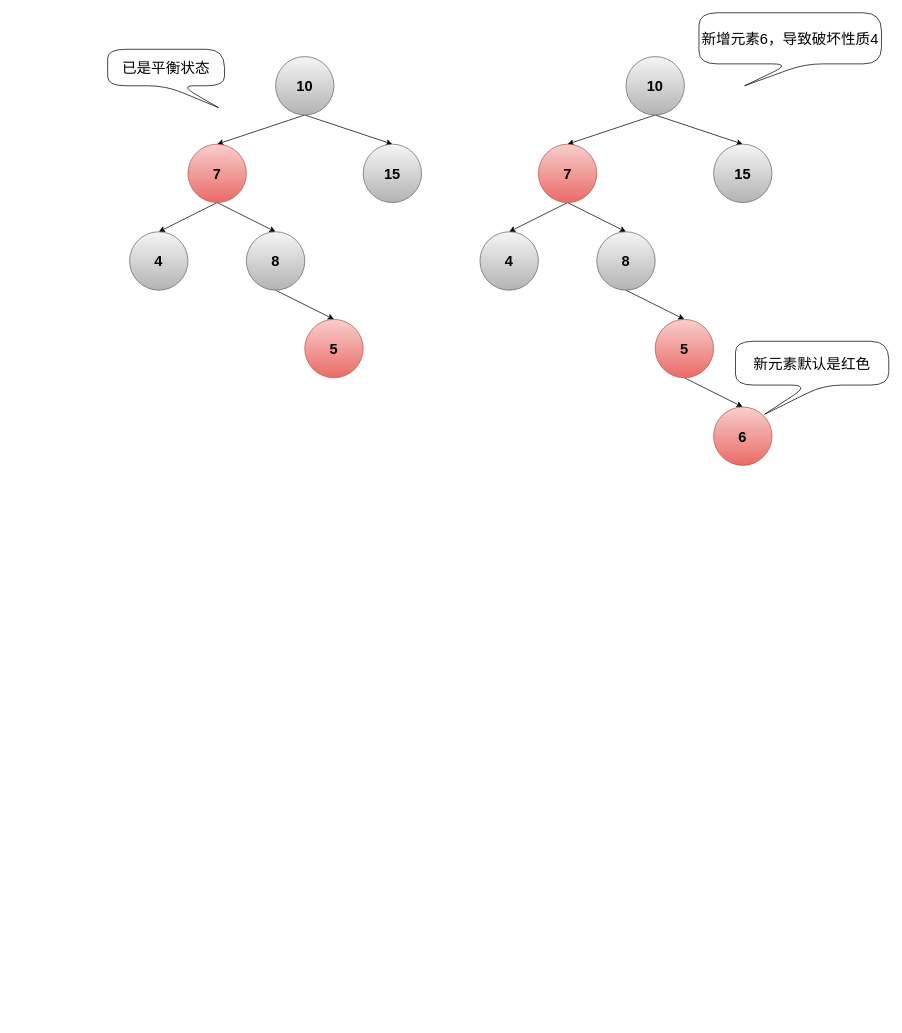
Above: typora/JavaSE/6 集合/drawio/HashMap/维护红黑树的平衡.drawio in LDChing0321/JavaLearn (draw.io), before the change. Source tidied: cells renumbered, new cells numbered last; positions are measured from the earlier drawing's top-left corner, leaving out a move shared by most shapes. Both pictures are drawn from the tidied source at 73%, with x=0, y=0 at pixel (107, 12).
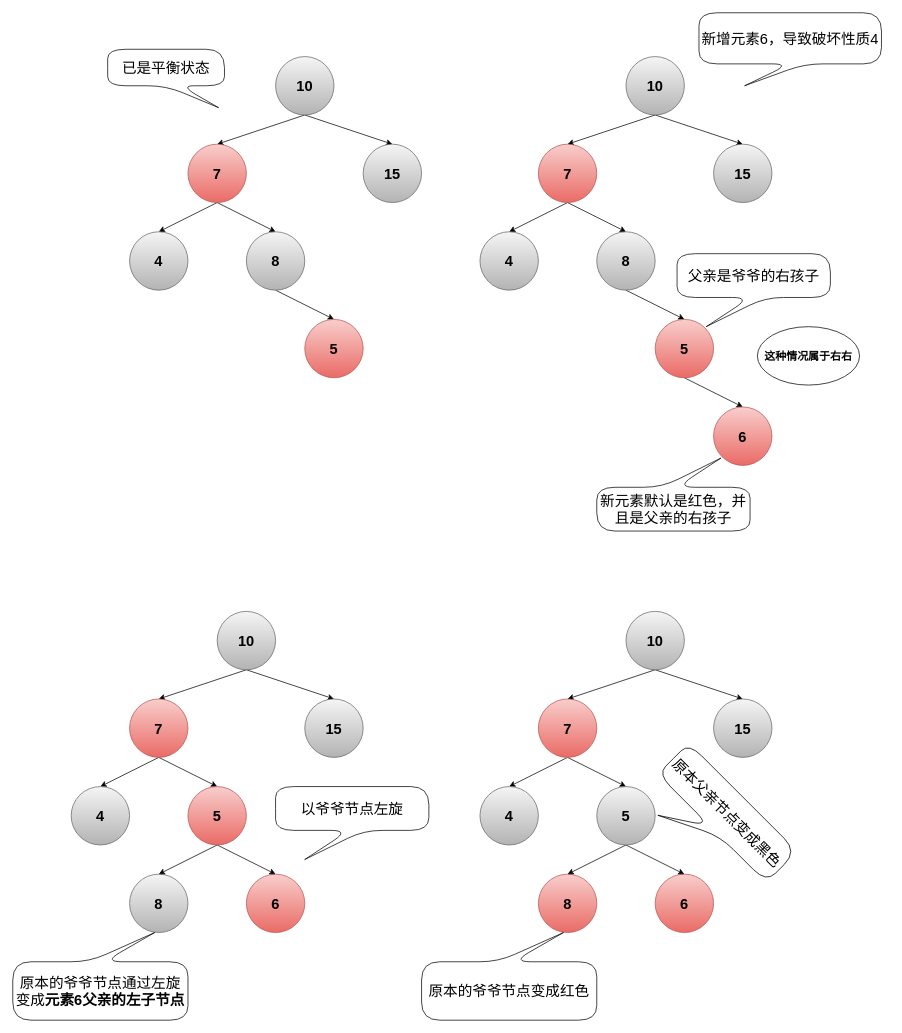
The same diagram, later.

Commit message:
更新维护红黑树的平衡.drawio

Diff of the diagram source:
```diff
@@
-    <mxCell id="28" value="新元素默认是红色" style="shape=callout;whiteSpace=wrap;html=1;perimeter=calloutPerimeter;fontSize=20;rounded=1;arcSize=50;position2=0.19;size=40;position=0.48;" parent="1" vertex="1">
-      <mxGeometry x="860" y="450" width="210" height="100" as="geometry" />
+    <mxCell id="28" value="新元素默认是红色，并且是父亲的右孩子" style="shape=callout;whiteSpace=wrap;html=1;perimeter=calloutPerimeter;fontSize=20;rounded=1;arcSize=50;position2=0.19;size=40;position=0.48;direction=west;" parent="1" vertex="1">
+      <mxGeometry x="670" y="610" width="210" height="100" as="geometry" />
     </mxCell>
+    <mxCell id="29" style="rounded=0;jettySize=auto;html=1;exitX=0.5;exitY=1;exitDx=0;exitDy=0;entryX=0.5;entryY=0;entryDx=0;entryDy=0;fontSize=20;" parent="1" edge="1" source="31" target="34">
+      <mxGeometry relative="1" as="geometry" />
+    </mxCell>
+    <mxCell id="30" style="edgeStyle=none;rounded=0;jettySize=auto;html=1;exitX=0.5;exitY=1;exitDx=0;exitDy=0;entryX=0.5;entryY=0;entryDx=0;entryDy=0;fontSize=20;" parent="1" edge="1" source="31" target="35">
+      <mxGeometry relative="1" as="geometry" />
+    </mxCell>
+    <mxCell id="31" value="&lt;b style=&quot;font-size: 20px;&quot;&gt;10&lt;/b&gt;" style="ellipse;whiteSpace=wrap;html=1;fontSize=20;fillColor=#f5f5f5;gradientColor=#b3b3b3;strokeColor=#666666;" parent="1" vertex="1">
+      <mxGeometry x="150" y="820" width="80" height="80" as="geometry" />
+    </mxCell>
+    <mxCell id="32" style="edgeStyle=none;rounded=0;jettySize=auto;html=1;exitX=0.5;exitY=1;exitDx=0;exitDy=0;entryX=0.5;entryY=0;entryDx=0;entryDy=0;fontSize=20;" parent="1" edge="1" source="34" target="36">
+      <mxGeometry relative="1" as="geometry" />
+    </mxCell>
+    <mxCell id="33" style="edgeStyle=none;rounded=0;jettySize=auto;html=1;exitX=0.5;exitY=1;exitDx=0;exitDy=0;entryX=0.5;entryY=0;entryDx=0;entryDy=0;fontSize=20;" parent="1" edge="1" source="34">
+      <mxGeometry relative="1" as="geometry">
+        <mxPoint x="150" y="1060" as="targetPoint" />
+      </mxGeometry>
+    </mxCell>
+    <mxCell id="34" value="&lt;b style=&quot;font-size: 20px;&quot;&gt;7&lt;/b&gt;" style="ellipse;whiteSpace=wrap;html=1;fontSize=20;fillColor=#f8cecc;strokeColor=#b85450;gradientColor=#ea6b66;" parent="1" vertex="1">
+      <mxGeometry x="30" y="940" width="80" height="80" as="geometry" />
+    </mxCell>
+    <mxCell id="35" value="&lt;b style=&quot;font-size: 20px;&quot;&gt;15&lt;/b&gt;" style="ellipse;whiteSpace=wrap;html=1;fontSize=20;fillColor=#f5f5f5;gradientColor=#b3b3b3;strokeColor=#666666;" parent="1" vertex="1">
+      <mxGeometry x="270" y="940" width="80" height="80" as="geometry" />
+    </mxCell>
+    <mxCell id="36" value="&lt;b style=&quot;font-size: 20px;&quot;&gt;4&lt;/b&gt;" style="ellipse;whiteSpace=wrap;html=1;fontSize=20;fillColor=#f5f5f5;gradientColor=#b3b3b3;strokeColor=#666666;" parent="1" vertex="1">
+      <mxGeometry x="-50" y="1060" width="80" height="80" as="geometry" />
+    </mxCell>
+    <mxCell id="37" value="&lt;b style=&quot;font-size: 20px;&quot;&gt;6&lt;/b&gt;" style="ellipse;whiteSpace=wrap;html=1;fontSize=20;fillColor=#f8cecc;gradientColor=#ea6b66;strokeColor=#b85450;" parent="1" vertex="1">
+      <mxGeometry x="190" y="1180" width="80" height="80" as="geometry" />
+    </mxCell>
+    <mxCell id="38" value="父亲是爷爷的右孩子" style="shape=callout;whiteSpace=wrap;html=1;perimeter=calloutPerimeter;fontSize=20;rounded=1;arcSize=50;position2=0.19;size=40;position=0.48;direction=east;" parent="1" vertex="1">
+      <mxGeometry x="780" y="330" width="210" height="100" as="geometry" />
+    </mxCell>
+    <mxCell id="39" value="这种情况属于右右" style="ellipse;whiteSpace=wrap;html=1;fontSize=15;fontStyle=1;" parent="1" vertex="1">
+      <mxGeometry x="890" y="430" width="140" height="80" as="geometry" />
+    </mxCell>
+    <mxCell id="40" value="以爷爷节点左旋" style="shape=callout;whiteSpace=wrap;html=1;perimeter=calloutPerimeter;fontSize=20;rounded=1;arcSize=50;position2=0.19;size=40;position=0.48;direction=east;" parent="1" vertex="1">
+      <mxGeometry x="230" y="1060" width="210" height="100" as="geometry" />
+    </mxCell>
+    <mxCell id="41" value="&lt;b style=&quot;font-size: 20px;&quot;&gt;8&lt;/b&gt;" style="ellipse;whiteSpace=wrap;html=1;fontSize=20;fillColor=#f5f5f5;gradientColor=#b3b3b3;strokeColor=#666666;" parent="1" vertex="1">
+      <mxGeometry x="30" y="1180" width="80" height="80" as="geometry" />
+    </mxCell>
+    <mxCell id="42" style="rounded=0;jettySize=auto;html=1;exitX=0.5;exitY=1;exitDx=0;exitDy=0;entryX=0.5;entryY=0;entryDx=0;entryDy=0;fontSize=15;" parent="1" edge="1" source="44" target="41">
+      <mxGeometry relative="1" as="geometry" />
+    </mxCell>
+    <mxCell id="43" style="edgeStyle=none;rounded=0;jettySize=auto;html=1;exitX=0.5;exitY=1;exitDx=0;exitDy=0;entryX=0.5;entryY=0;entryDx=0;entryDy=0;fontSize=15;" parent="1" edge="1" source="44" target="37">
+      <mxGeometry relative="1" as="geometry" />
+    </mxCell>
+    <mxCell id="44" value="&lt;b style=&quot;font-size: 20px;&quot;&gt;5&lt;/b&gt;" style="ellipse;whiteSpace=wrap;html=1;fontSize=20;fillColor=#f8cecc;gradientColor=#ea6b66;strokeColor=#b85450;" parent="1" vertex="1">
+      <mxGeometry x="110" y="1060" width="80" height="80" as="geometry" />
+    </mxCell>
+    <mxCell id="45" value="原本的爷爷节点通过左旋变成&lt;b&gt;元素6父亲的左子节点&lt;/b&gt;" style="shape=callout;whiteSpace=wrap;html=1;perimeter=calloutPerimeter;fontSize=20;rounded=1;arcSize=50;position2=0.19;size=40;position=0.48;direction=west;" parent="1" vertex="1">
+      <mxGeometry x="-130" y="1260" width="240" height="120" as="geometry" />
+    </mxCell>
+    <mxCell id="46" style="rounded=0;jettySize=auto;html=1;exitX=0.5;exitY=1;exitDx=0;exitDy=0;entryX=0.5;entryY=0;entryDx=0;entryDy=0;fontSize=20;" parent="1" edge="1" source="48" target="51">
+      <mxGeometry relative="1" as="geometry" />
+    </mxCell>
+    <mxCell id="47" style="edgeStyle=none;rounded=0;jettySize=auto;html=1;exitX=0.5;exitY=1;exitDx=0;exitDy=0;entryX=0.5;entryY=0;entryDx=0;entryDy=0;fontSize=20;" parent="1" edge="1" source="48" target="52">
+      <mxGeometry relative="1" as="geometry" />
+    </mxCell>
+    <mxCell id="48" value="&lt;b style=&quot;font-size: 20px;&quot;&gt;10&lt;/b&gt;" style="ellipse;whiteSpace=wrap;html=1;fontSize=20;fillColor=#f5f5f5;gradientColor=#b3b3b3;strokeColor=#666666;" parent="1" vertex="1">
+      <mxGeometry x="710" y="820" width="80" height="80" as="geometry" />
+    </mxCell>
+    <mxCell id="49" style="edgeStyle=none;rounded=0;jettySize=auto;html=1;exitX=0.5;exitY=1;exitDx=0;exitDy=0;entryX=0.5;entryY=0;entryDx=0;entryDy=0;fontSize=20;" parent="1" edge="1" source="51" target="53">
+      <mxGeometry relative="1" as="geometry" />
+    </mxCell>
+    <mxCell id="50" style="edgeStyle=none;rounded=0;jettySize=auto;html=1;exitX=0.5;exitY=1;exitDx=0;exitDy=0;entryX=0.5;entryY=0;entryDx=0;entryDy=0;fontSize=20;" parent="1" edge="1" source="51">
+      <mxGeometry relative="1" as="geometry">
+        <mxPoint x="710" y="1060" as="targetPoint" />
+      </mxGeometry>
+    </mxCell>
+    <mxCell id="51" value="&lt;b style=&quot;font-size: 20px;&quot;&gt;7&lt;/b&gt;" style="ellipse;whiteSpace=wrap;html=1;fontSize=20;fillColor=#f8cecc;strokeColor=#b85450;gradientColor=#ea6b66;" parent="1" vertex="1">
+      <mxGeometry x="590" y="940" width="80" height="80" as="geometry" />
+    </mxCell>
+    <mxCell id="52" value="&lt;b style=&quot;font-size: 20px;&quot;&gt;15&lt;/b&gt;" style="ellipse;whiteSpace=wrap;html=1;fontSize=20;fillColor=#f5f5f5;gradientColor=#b3b3b3;strokeColor=#666666;" parent="1" vertex="1">
+      <mxGeometry x="830" y="940" width="80" height="80" as="geometry" />
+    </mxCell>
+    <mxCell id="53" value="&lt;b style=&quot;font-size: 20px;&quot;&gt;4&lt;/b&gt;" style="ellipse;whiteSpace=wrap;html=1;fontSize=20;fillColor=#f5f5f5;gradientColor=#b3b3b3;strokeColor=#666666;" parent="1" vertex="1">
+      <mxGeometry x="510" y="1060" width="80" height="80" as="geometry" />
+    </mxCell>
+    <mxCell id="54" value="&lt;b style=&quot;font-size: 20px;&quot;&gt;6&lt;/b&gt;" style="ellipse;whiteSpace=wrap;html=1;fontSize=20;fillColor=#f8cecc;gradientColor=#ea6b66;strokeColor=#b85450;" parent="1" vertex="1">
+      <mxGeometry x="750" y="1180" width="80" height="80" as="geometry" />
+    </mxCell>
+    <mxCell id="55" value="原本父亲节点变成黑色" style="shape=callout;whiteSpace=wrap;html=1;perimeter=calloutPerimeter;fontSize=20;rounded=1;arcSize=50;position2=0.19;size=40;position=0.48;direction=east;rotation=45;" parent="1" vertex="1">
+      <mxGeometry x="730" y="1060" width="210" height="100" as="geometry" />
+    </mxCell>
+    <mxCell id="56" value="&lt;b style=&quot;font-size: 20px;&quot;&gt;8&lt;/b&gt;" style="ellipse;whiteSpace=wrap;html=1;fontSize=20;fillColor=#f8cecc;gradientColor=#ea6b66;strokeColor=#b85450;" parent="1" vertex="1">
+      <mxGeometry x="590" y="1180" width="80" height="80" as="geometry" />
+    </mxCell>
+    <mxCell id="57" style="rounded=0;jettySize=auto;html=1;exitX=0.5;exitY=1;exitDx=0;exitDy=0;entryX=0.5;entryY=0;entryDx=0;entryDy=0;fontSize=15;" parent="1" edge="1" source="59" target="56">
+      <mxGeometry relative="1" as="geometry" />
+    </mxCell>
+    <mxCell id="58" style="edgeStyle=none;rounded=0;jettySize=auto;html=1;exitX=0.5;exitY=1;exitDx=0;exitDy=0;entryX=0.5;entryY=0;entryDx=0;entryDy=0;fontSize=15;" parent="1" edge="1" source="59" target="54">
+      <mxGeometry relative="1" as="geometry" />
+    </mxCell>
+    <mxCell id="59" value="&lt;b style=&quot;font-size: 20px;&quot;&gt;5&lt;/b&gt;" style="ellipse;whiteSpace=wrap;html=1;fontSize=20;fillColor=#f5f5f5;gradientColor=#b3b3b3;strokeColor=#666666;" parent="1" vertex="1">
+      <mxGeometry x="670" y="1060" width="80" height="80" as="geometry" />
+    </mxCell>
+    <mxCell id="60" value="原本的爷爷节点变成红色" style="shape=callout;whiteSpace=wrap;html=1;perimeter=calloutPerimeter;fontSize=20;rounded=1;arcSize=50;position2=0.19;size=40;position=0.48;direction=west;" parent="1" vertex="1">
+      <mxGeometry x="430" y="1260" width="240" height="120" as="geometry" />
+    </mxCell>
```
